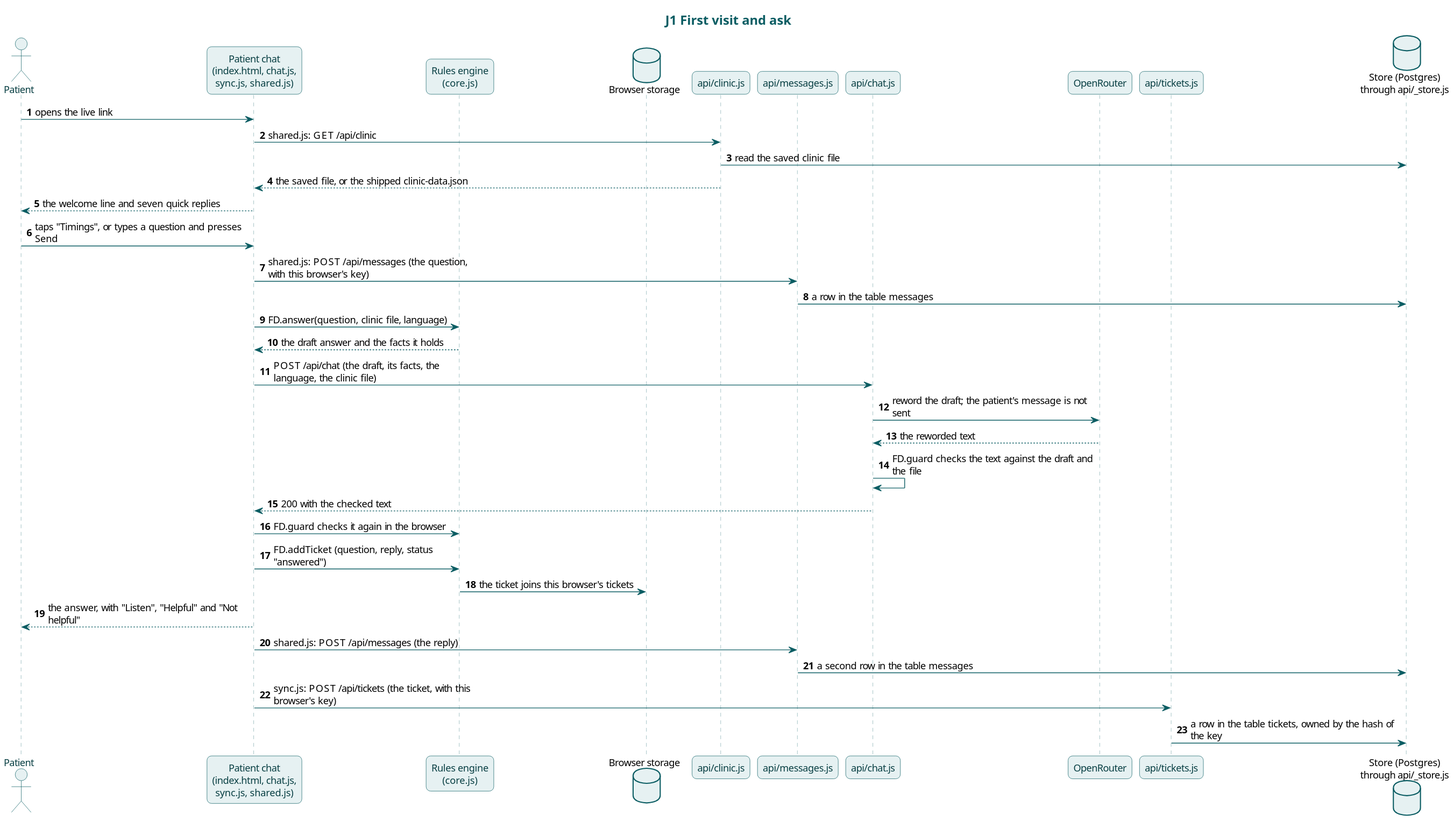
karwasanjay007/frontdesk-ai-docs keeps this PlantUML diagram as docs/diagrams/j1-first-visit-and-ask.svg. Above is the earlier version.
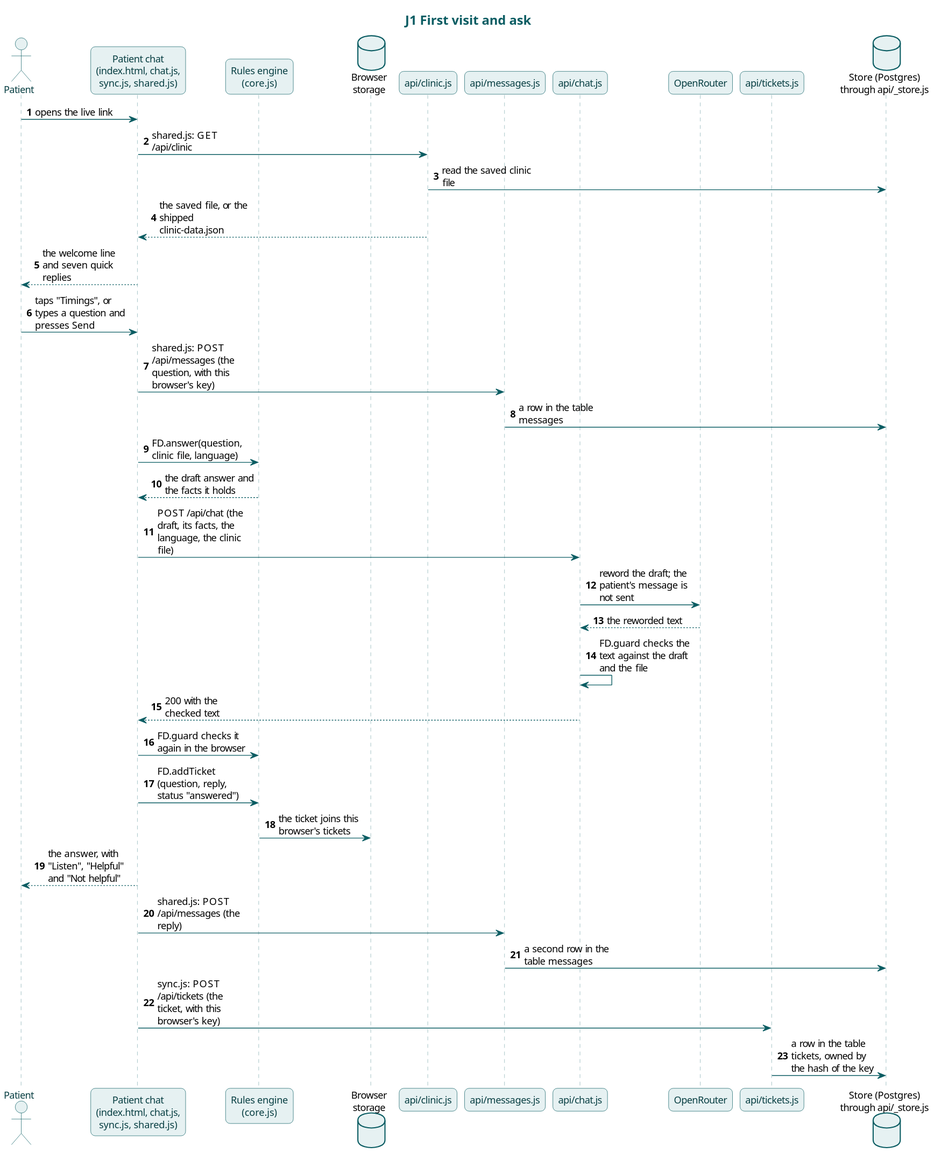
Above is the later version.

Change to the diagram source:
```diff
@@ -1,10 +1,11 @@
 @startuml
 !include style.iuml
+skinparam maxMessageSize 120
 title J1 First visit and ask
 actor Patient
 participant "Patient chat\n(index.html, chat.js,\nsync.js, shared.js)" as Chat
 participant "Rules engine\n(core.js)" as Core
-database "Browser storage" as LS
+database "Browser\nstorage" as LS
 participant "api/clinic.js" as Clinic
 participant "api/messages.js" as Msg
 participant "api/chat.js" as Api
```
